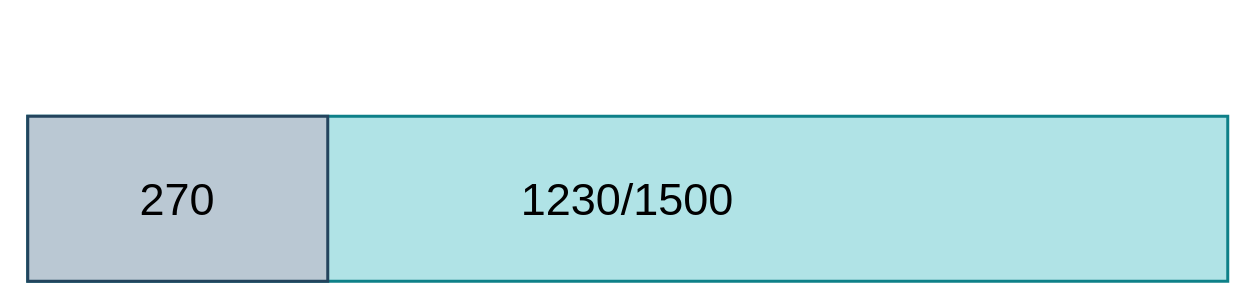
Before: drawio/能量模型举例.drawio in forfreeday/design, a draw.io diagram. Source tidied: cells renumbered, new cells numbered last; positions are measured from the earlier drawing's top-left corner, leaving out a move shared by most shapes. Both pictures are drawn from the tidied source at 150%, with x=0, y=0 at pixel (27, 116).
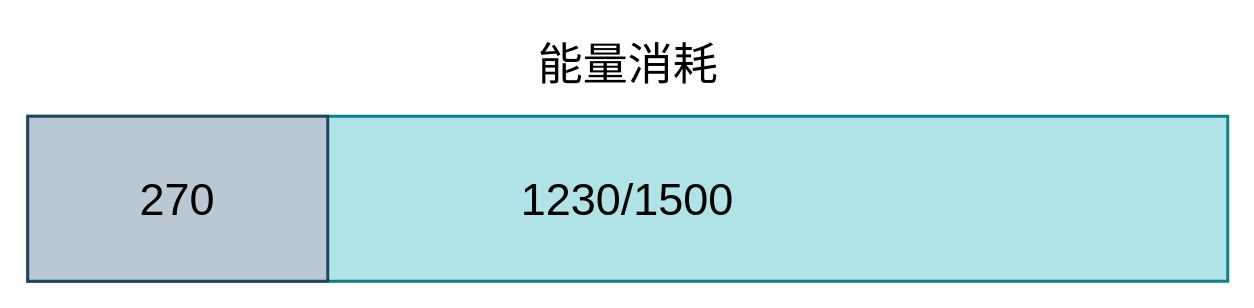
After the change.

Commit message (it also covers changes not shown here):
更新能量模型举例.drawio

The edit, as a diff of the source:
```diff
@@
 <mxGraphModel>
   <root>
     <mxCell id="0" />
     <mxCell id="1" parent="0" />
     <mxCell id="2" value="&lt;font style=&quot;font-size: 30px;&quot;&gt;1230/1500&lt;/font&gt;" style="rounded=0;whiteSpace=wrap;html=1;strokeWidth=2;fillColor=#b0e3e6;strokeColor=#0e8088;" parent="1" vertex="1">
       <mxGeometry width="800" height="110" as="geometry" />
     </mxCell>
     <mxCell id="3" value="270" style="rounded=0;whiteSpace=wrap;html=1;strokeColor=#23445d;strokeWidth=2;fontSize=30;fillColor=#bac8d3;" parent="1" vertex="1">
       <mxGeometry width="200" height="110" as="geometry" />
     </mxCell>
+    <mxCell id="4" value="能量消耗" style="text;html=1;align=center;verticalAlign=middle;strokeColor=none;fillColor=none;fontSize=30;strokeWidth=2;" parent="1" vertex="1">
+      <mxGeometry x="330" y="-60" width="140" height="50" as="geometry" />
+    </mxCell>
   </root>
 </mxGraphModel>
```
